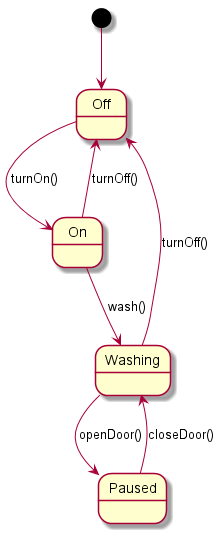
This is doc/images/state_transitions.png from familyboateaf4v/doubleSlashde9, a PlantUML export, as it was before one commit.
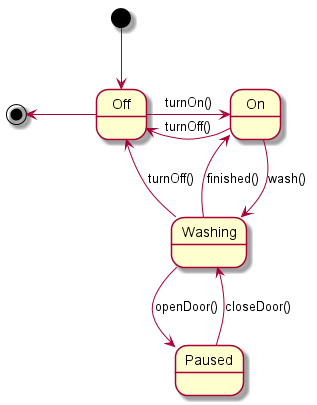
Above is the later version.

Commit message:
Added/updated code skeleton, JUnit test and UML diagrams for State design pattern.

Diff of the diagram source:
```diff
@@ -1,11 +1,13 @@
 @startuml
 
-[*] --> Off
-Off --> On : turnOn()
+[*] -down-> Off
+Off -right-> On : turnOn()
 On --> Off : turnOff()
+Washing --> On : finished()
 On --> Washing  : wash()
 Washing --> Paused : openDoor()
 Paused --> Washing : closeDoor()
 Washing --> Off : turnOff()
+Off -left-> [*]
 
 @enduml
```
